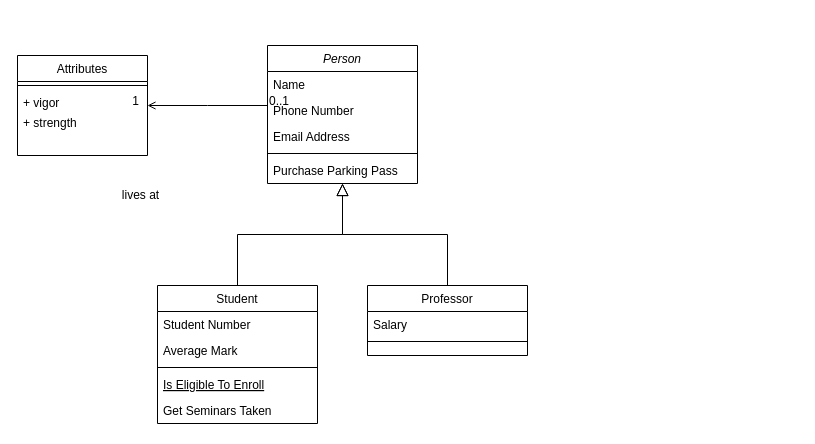
hhw-cainiao/GameplayAbilitySystem_Aura keeps this draw.io diagram as Observer.drawio. Above is the earlier version. Source tidied: cells renumbered, new cells numbered last; positions are measured from the earlier drawing's top-left corner, leaving out a move shared by most shapes. Both pictures are drawn from the tidied source at 100%, with x=0, y=0 at pixel (17, 45).
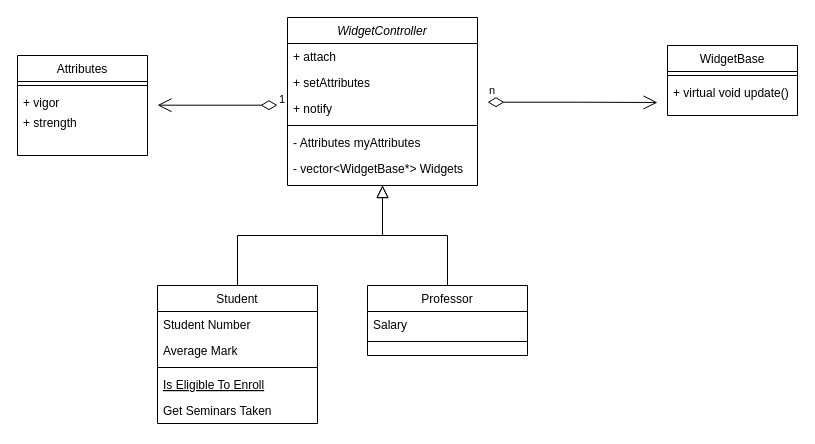
Above is the later version.

Unchanged cells that the change refers to:
```xml
<mxCell id="19" value="Attributes" style="swimlane;fontStyle=0;align=center;verticalAlign=top;horizontal=1;startSize=26;rounded=0;shadow=0;strokeWidth=1;" parent="1" vertex="1">
  <mxGeometry y="10" width="130" height="100" as="geometry" />
</mxCell>
```

Change to the diagram source:
```diff
@@
-    <mxCell id="2" value="Person" style="swimlane;fontStyle=2;align=center;verticalAlign=top;horizontal=1;startSize=26;rounded=0;shadow=0;strokeWidth=1;" parent="1" vertex="1">
-      <mxGeometry x="250" width="150" height="138" as="geometry" />
+    <mxCell id="2" value="WidgetController" style="swimlane;fontStyle=2;align=center;verticalAlign=top;horizontal=1;startSize=26;rounded=0;shadow=0;strokeWidth=1;" parent="1" vertex="1">
+      <mxGeometry x="270" y="-28" width="190" height="168" as="geometry" />
     </mxCell>
-    <mxCell id="3" value="Name" style="text;align=left;verticalAlign=top;spacingLeft=4;spacingRight=4;overflow=hidden;" parent="2" vertex="1">
-      <mxGeometry y="26" width="150" height="26" as="geometry" />
+    <mxCell id="3" value="+ attach" style="text;align=left;verticalAlign=top;spacingLeft=4;spacingRight=4;overflow=hidden;" parent="2" vertex="1">
+      <mxGeometry y="26" width="190" height="26" as="geometry" />
     </mxCell>
-    <mxCell id="4" value="Phone Number" style="text;align=left;verticalAlign=top;spacingLeft=4;spacingRight=4;overflow=hidden;rounded=0;shadow=0;html=0;" parent="2" vertex="1">
-      <mxGeometry y="52" width="150" height="26" as="geometry" />
+    <mxCell id="4" value="+ setAttributes" style="text;align=left;verticalAlign=top;spacingLeft=4;spacingRight=4;overflow=hidden;rounded=0;shadow=0;html=0;" parent="2" vertex="1">
+      <mxGeometry y="52" width="190" height="26" as="geometry" />
     </mxCell>
-    <mxCell id="5" value="Email Address" style="text;align=left;verticalAlign=top;spacingLeft=4;spacingRight=4;overflow=hidden;rounded=0;shadow=0;html=0;" parent="2" vertex="1">
-      <mxGeometry y="78" width="150" height="26" as="geometry" />
+    <mxCell id="5" value="+ notify" style="text;align=left;verticalAlign=top;spacingLeft=4;spacingRight=4;overflow=hidden;rounded=0;shadow=0;html=0;" parent="2" vertex="1">
+      <mxGeometry y="78" width="190" height="26" as="geometry" />
     </mxCell>
     <mxCell id="6" style="line;html=1;strokeWidth=1;align=left;verticalAlign=middle;spacingTop=-1;spacingLeft=3;spacingRight=3;labelPosition=right;" parent="2" vertex="1">
-      <mxGeometry y="104" width="150" height="8" as="geometry" />
+      <mxGeometry y="104" width="190" height="8" as="geometry" />
     </mxCell>
-    <mxCell id="7" value="Purchase Parking Pass" style="text;align=left;verticalAlign=top;spacingLeft=4;spacingRight=4;overflow=hidden;" parent="2" vertex="1">
-      <mxGeometry y="112" width="150" height="26" as="geometry" />
+    <mxCell id="7" value="- Attributes myAttributes" style="text;align=left;verticalAlign=top;spacingLeft=4;spacingRight=4;overflow=hidden;" parent="2" vertex="1">
+      <mxGeometry y="112" width="190" height="26" as="geometry" />
     </mxCell>
+    <mxCell id="27" value="- vector&lt;WidgetBase*&gt; Widgets" style="text;align=left;verticalAlign=top;spacingLeft=4;spacingRight=4;overflow=hidden;" parent="2" vertex="1">
+      <mxGeometry y="138" width="190" height="26" as="geometry" />
+    </mxCell>
@@
-    <mxCell id="23" style="endArrow=open;shadow=0;strokeWidth=1;rounded=0;curved=0;endFill=1;edgeStyle=elbowEdgeStyle;elbow=vertical;" parent="1" edge="1" source="2" target="19">
-      <mxGeometry x="0.5" y="41" relative="1" as="geometry">
-        <mxPoint x="-40" y="32" as="offset" />
-      </mxGeometry>
-    </mxCell>
-    <mxCell id="24" value="0..1" style="align=left;verticalAlign=bottom;labelBackgroundColor=none;fontSize=12;" parent="23" vertex="1">
-      <mxGeometry x="-1" relative="1" as="geometry">
-        <mxPoint y="4" as="offset" />
-      </mxGeometry>
-    </mxCell>
-    <mxCell id="25" value="1" style="align=right;verticalAlign=bottom;labelBackgroundColor=none;fontSize=12;" parent="23" vertex="1">
-      <mxGeometry x="1" relative="1" as="geometry">
-        <mxPoint x="-7" y="4" as="offset" />
+    <mxCell id="25" value="1" style="endArrow=open;html=1;endSize=12;startArrow=diamondThin;startSize=14;startFill=0;edgeStyle=orthogonalEdgeStyle;align=left;verticalAlign=bottom;rounded=0;" parent="1" edge="1">
+      <mxGeometry x="-1" y="3" relative="1" as="geometry">
+        <mxPoint x="260" y="59.7" as="sourcePoint" />
+        <mxPoint x="140" y="59.7" as="targetPoint" />
       </mxGeometry>
     </mxCell>
-    <mxCell id="26" value="lives at" style="text;html=1;align=center;verticalAlign=middle;labelBackgroundColor=none;rounded=0;shadow=0;strokeWidth=1;fontSize=12;" parent="23" vertex="1">
-      <mxGeometry x="0.5" y="49" relative="1" as="geometry">
-        <mxPoint x="-38" y="40" as="offset" />
-      </mxGeometry>
-    </mxCell>
+    <mxCell id="28" value="n" style="endArrow=open;html=1;endSize=12;startArrow=diamondThin;startSize=14;startFill=0;edgeStyle=orthogonalEdgeStyle;align=left;verticalAlign=bottom;rounded=0;" parent="1" edge="1">
+      <mxGeometry x="-1" y="3" relative="1" as="geometry">
+        <mxPoint x="470" y="56.7" as="sourcePoint" />
+        <mxPoint x="640" y="57" as="targetPoint" />
+        <Array as="points">
+          <mxPoint x="560" y="57" />
+          <mxPoint x="560" y="57" />
+        </Array>
+      </mxGeometry>
+    </mxCell>
+    <mxCell id="29" value="WidgetBase" style="swimlane;fontStyle=0;align=center;verticalAlign=top;horizontal=1;startSize=26;rounded=0;shadow=0;strokeWidth=1;" parent="1" vertex="1">
+      <mxGeometry x="650" width="130" height="70" as="geometry" />
+    </mxCell>
+    <mxCell id="30" style="line;html=1;strokeWidth=1;align=left;verticalAlign=middle;spacingTop=-1;spacingLeft=3;spacingRight=3;labelPosition=right;" parent="29" vertex="1">
+      <mxGeometry y="26" width="130" height="8" as="geometry" />
+    </mxCell>
+    <mxCell id="31" value="+ virtual void update()" style="text;align=left;verticalAlign=top;spacingLeft=4;spacingRight=4;overflow=hidden;" parent="29" vertex="1">
+      <mxGeometry y="34" width="130" height="20" as="geometry" />
+    </mxCell>
```
